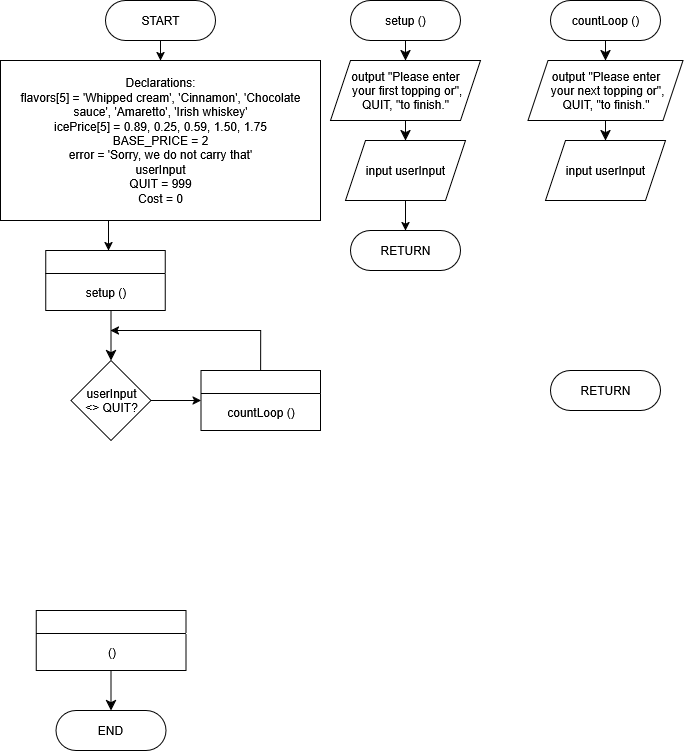
Before: Module 7 - Arrays Exercise 2 - Connor Bowles.drawio.png, a diagram exported from draw.io (CBowles10/SDEV_120_FALL2025_CBOWLES). Source tidied: cells renumbered, new cells last; positions are measured from the earlier drawing's top-left corner, leaving out a move shared by most shapes.
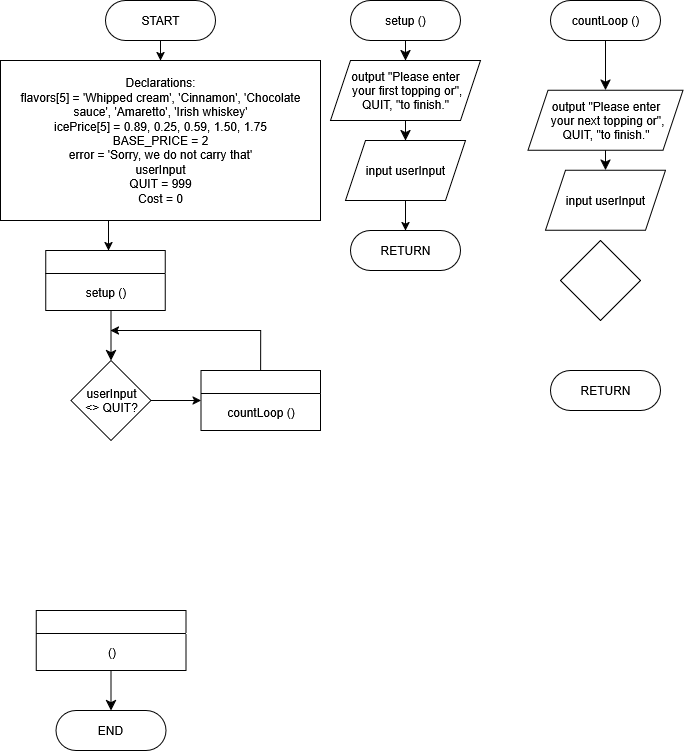
The same file after the commit.

The edit, as a diff of the source:
```diff
@@ -91,19 +91,22 @@
       <mxGeometry relative="1" as="geometry" />
     </mxCell>
     <mxCell id="28" value="output &quot;Please enter&lt;br&gt;&amp;nbsp;your next topping or&quot;,&lt;br&gt;QUIT, &quot;to finish.&quot;" style="shape=parallelogram;perimeter=parallelogramPerimeter;whiteSpace=wrap;html=1;fixedSize=1;" parent="1" vertex="1">
-      <mxGeometry x="527.5" y="60" width="155" height="60" as="geometry" />
+      <mxGeometry x="527.5" y="89.7" width="155" height="60" as="geometry" />
     </mxCell>
     <mxCell id="29" value="input userInput" style="shape=parallelogram;perimeter=parallelogramPerimeter;whiteSpace=wrap;html=1;fixedSize=1;" parent="1" vertex="1">
-      <mxGeometry x="545" y="140" width="120" height="60" as="geometry" />
+      <mxGeometry x="545" y="169.7" width="120" height="60" as="geometry" />
     </mxCell>
     <mxCell id="30" style="edgeStyle=none;curved=1;rounded=0;orthogonalLoop=1;jettySize=auto;html=1;entryX=0.5;entryY=0;entryDx=0;entryDy=0;fontSize=12;startSize=8;endSize=8;" parent="1" edge="1">
       <mxGeometry relative="1" as="geometry">
-        <mxPoint x="605" y="220" as="sourcePoint" />
-        <mxPoint x="605" y="220" as="targetPoint" />
+        <mxPoint x="605" y="249.7" as="sourcePoint" />
+        <mxPoint x="605" y="249.7" as="targetPoint" />
       </mxGeometry>
     </mxCell>
     <mxCell id="31" value="RETURN" style="rounded=1;whiteSpace=wrap;html=1;arcSize=50;" parent="1" vertex="1">
       <mxGeometry x="550" y="370" width="110" height="40" as="geometry" />
     </mxCell>
+    <mxCell id="32" style="rhombus;whiteSpace=wrap;html=1;" parent="1" vertex="1">
+      <mxGeometry x="560" y="240" width="80" height="80" as="geometry" />
+    </mxCell>
   </root>
 </mxGraphModel>
```
